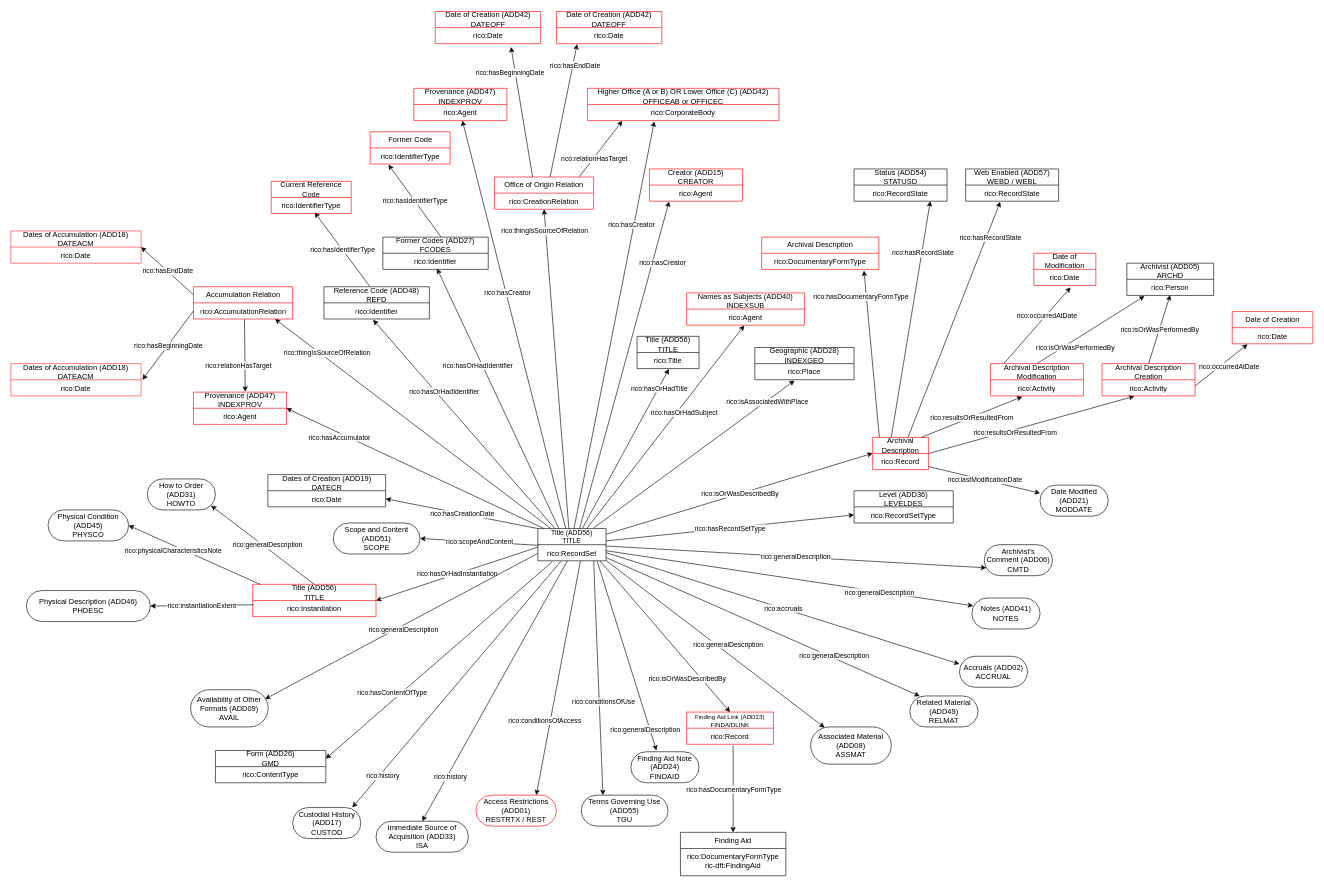
Before: gbad/schema/description-listings/General ADD (Descriptions and Listings) to RiC-O Model (v0.8 - 7 June 2024).drawio in williamsonrichard/records_in_contexts_draw_io_parser, a draw.io diagram. Source tidied: cells renumbered, new cells numbered last; positions are measured from the earlier drawing's top-left corner, leaving out a move shared by most shapes. Both pictures are drawn from the tidied source at 62%, with x=0, y=0 at pixel (11, 11).
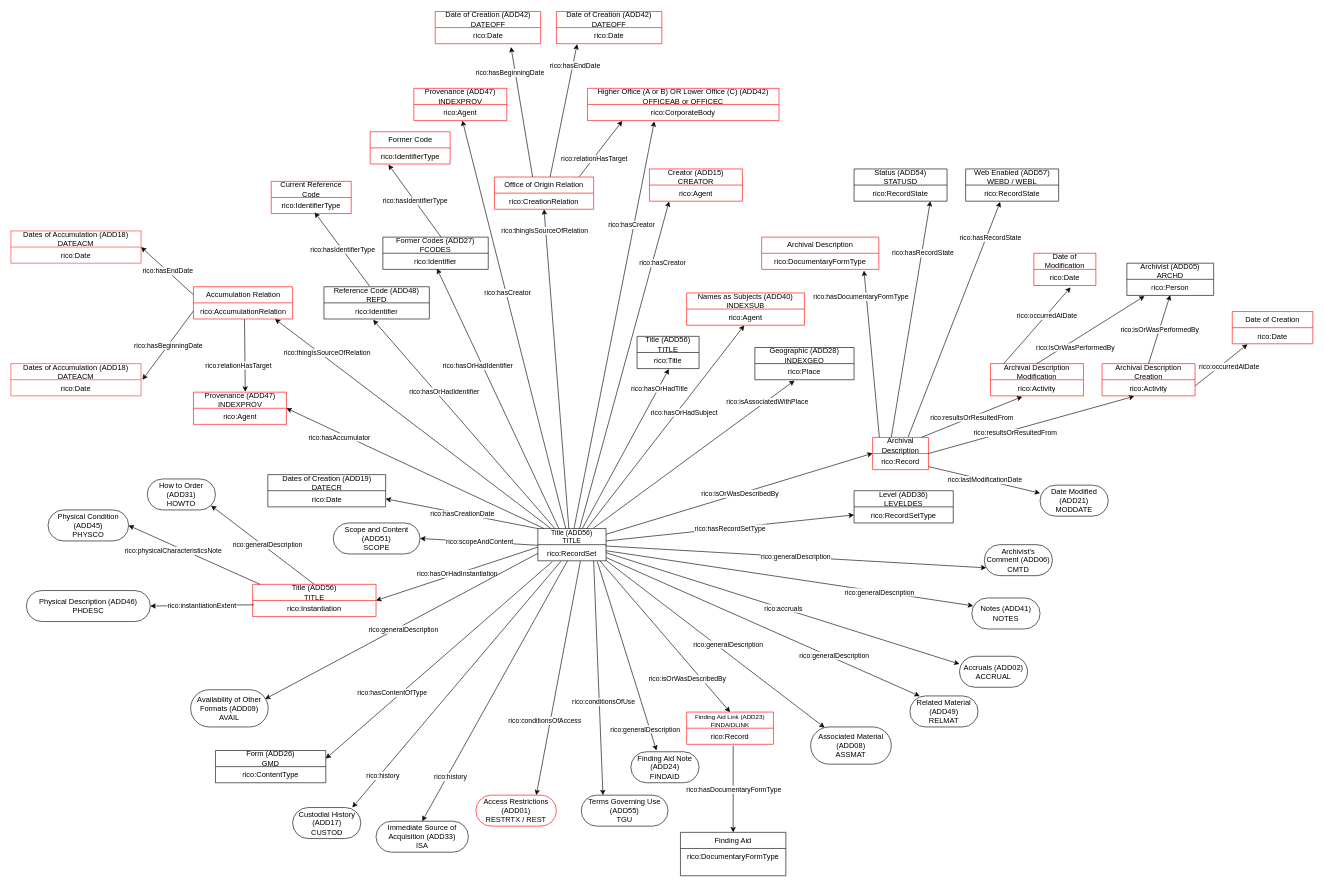
Above is the later version.

Commit message:
Rm ric-dft:FindingAid from general ADD graph

This is unsupported by parser yet and not sure
how to add support just now.

The error is apparently:

Not a RiC class: DocumentaryFormTyperic-dft:FindingAidric-dft:FindingAid

Unchanged cells that the change refers to:
```xml
<mxCell id="47" value="Finding Aid" style="swimlane;fontStyle=0;horizontal=1;startSize=26;fillColor=none;whiteSpace=wrap;html=1;" parent="1" vertex="1">
  <mxGeometry x="1080" y="1324" width="170" height="70" as="geometry" />
</mxCell>
```

Diff of the diagram source:
```diff
@@
-    <mxCell id="48" value="rico:DocumentaryFormType&lt;div&gt;ric-dft:FindingAid&lt;br&gt;&lt;div&gt;&lt;br&gt;&lt;/div&gt;&lt;/div&gt;" style="text;strokeColor=none;fillColor=none;align=center;verticalAlign=top;spacingLeft=4;spacingRight=4;overflow=hidden;whiteSpace=wrap;html=1;" parent="47" vertex="1">
+    <mxCell id="48" value="rico:DocumentaryFormType&lt;div&gt;&lt;div&gt;&lt;br&gt;&lt;/div&gt;&lt;/div&gt;" style="text;strokeColor=none;fillColor=none;align=center;verticalAlign=top;spacingLeft=4;spacingRight=4;overflow=hidden;whiteSpace=wrap;html=1;" parent="47" vertex="1">
       <mxGeometry y="26" width="170" height="44" as="geometry" />
     </mxCell>
```
